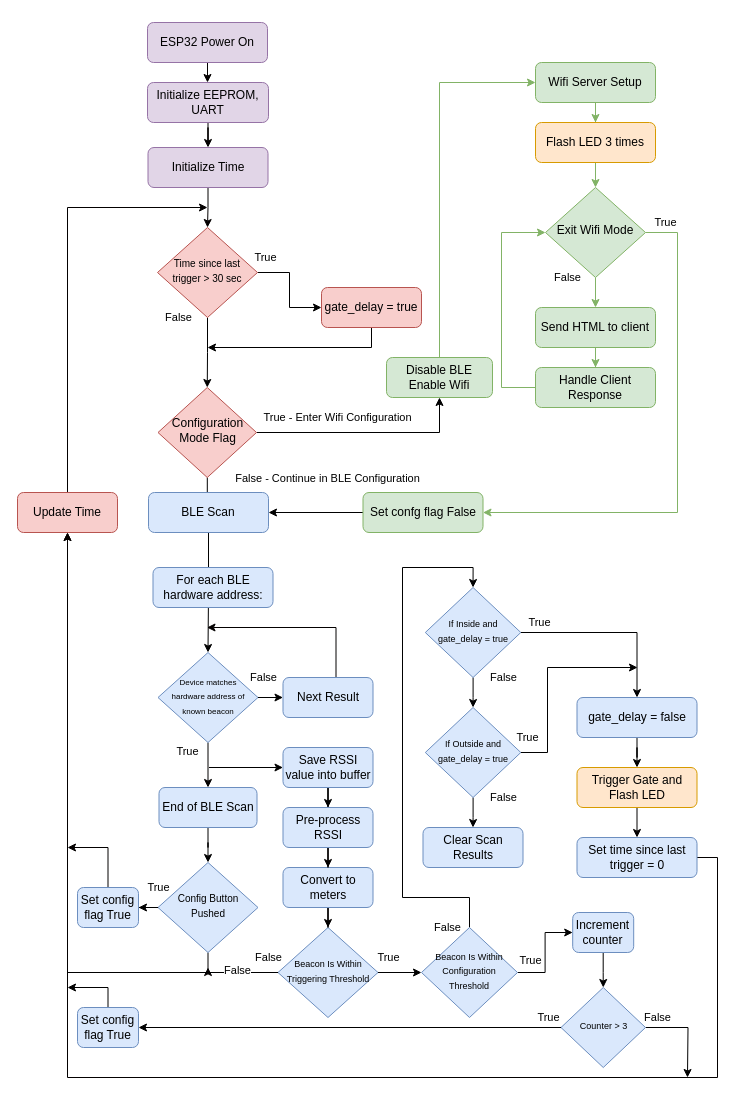
Before: flow_diagrams/Untitled Diagram.drawio in adojang/Tarentaal_X, a draw.io diagram. Source tidied: cells renumbered, new cells numbered last; positions are measured from the earlier drawing's top-left corner, leaving out a move shared by most shapes. Both pictures are drawn from the tidied source at 100%, with x=0, y=0 at pixel (17, 22).
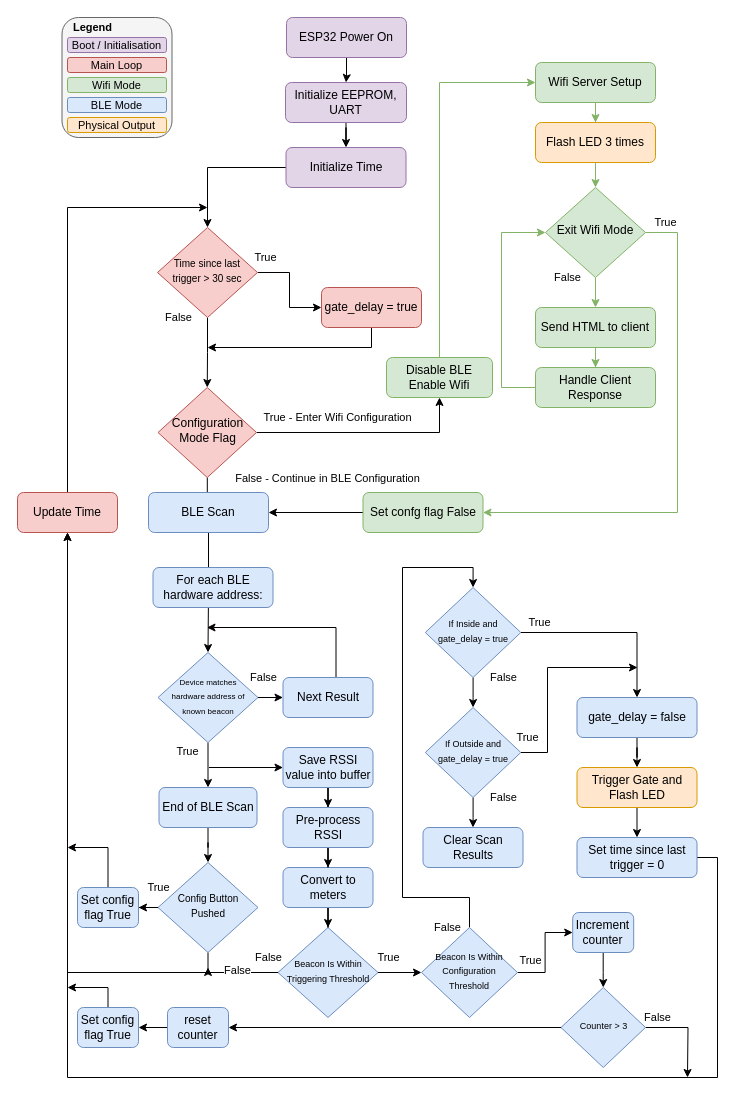
Above is the later version.

The change refers to these unchanged cells:
```xml
<mxCell id="78" value="&lt;font style=&quot;font-size: 9px&quot;&gt;Counter &amp;gt; 3&lt;/font&gt;" style="rhombus;whiteSpace=wrap;html=1;shadow=0;fontFamily=Helvetica;fontSize=12;align=center;strokeWidth=1;spacing=6;spacingTop=-4;fillColor=#dae8fc;strokeColor=#6c8ebf;" parent="1" vertex="1">
  <mxGeometry x="543.5" y="965" width="84.5" height="80" as="geometry" />
</mxCell>
<mxCell id="80" value="Set config flag True" style="rounded=1;whiteSpace=wrap;html=1;fontSize=12;glass=0;strokeWidth=1;shadow=0;fillColor=#dae8fc;strokeColor=#6c8ebf;" parent="1" vertex="1">
  <mxGeometry x="60" y="985" width="61" height="40" as="geometry" />
</mxCell>
```

The edit, as a diff of the source:
```diff
@@
+    <mxCell id="81" style="rounded=1;whiteSpace=wrap;html=1;fontSize=11;fillColor=#f5f5f5;strokeColor=#666666;fontColor=#333333;" parent="1" vertex="1">
+      <mxGeometry x="44.5" y="-5" width="110" height="120" as="geometry" />
+    </mxCell>
@@
     <mxCell id="3" value="ESP32 Power On" style="rounded=1;whiteSpace=wrap;html=1;fontSize=12;glass=0;strokeWidth=1;shadow=0;fillColor=#e1d5e7;strokeColor=#9673a6;" parent="1" vertex="1">
-      <mxGeometry x="130" width="120" height="40" as="geometry" />
+      <mxGeometry x="269" y="-5" width="120" height="40" as="geometry" />
     </mxCell>
@@
     <mxCell id="13" value="Initialize EEPROM, UART" style="rounded=1;whiteSpace=wrap;html=1;fontSize=12;glass=0;strokeWidth=1;shadow=0;fillColor=#e1d5e7;strokeColor=#9673a6;" parent="1" vertex="1">
-      <mxGeometry x="130" y="60" width="121" height="40" as="geometry" />
+      <mxGeometry x="268" y="60" width="121" height="40" as="geometry" />
     </mxCell>
@@
     <mxCell id="66" value="Initialize Time" style="rounded=1;whiteSpace=wrap;html=1;fontSize=12;glass=0;strokeWidth=1;shadow=0;fillColor=#e1d5e7;strokeColor=#9673a6;" parent="1" vertex="1">
-      <mxGeometry x="130.5" y="125" width="120" height="40" as="geometry" />
+      <mxGeometry x="268.5" y="125" width="120" height="40" as="geometry" />
     </mxCell>
@@
-    <mxCell id="76" value="True" style="edgeStyle=orthogonalEdgeStyle;rounded=0;jettySize=auto;html=1;entryX=1;entryY=0.5;entryDx=0;entryDy=0;" parent="1" edge="1" source="78" target="80">
-      <mxGeometry x="-0.94" y="-10" relative="1" as="geometry" />
-    </mxCell>
@@
+    <mxCell id="82" style="edgeStyle=orthogonalEdgeStyle;rounded=0;jettySize=auto;html=1;entryX=1;entryY=0.5;entryDx=0;entryDy=0;fontSize=11;" parent="1" edge="1" source="78" target="84">
+      <mxGeometry relative="1" as="geometry" />
+    </mxCell>
@@
+    <mxCell id="83" style="edgeStyle=orthogonalEdgeStyle;rounded=0;jettySize=auto;html=1;entryX=1;entryY=0.5;entryDx=0;entryDy=0;fontSize=11;" parent="1" edge="1" source="84" target="80">
+      <mxGeometry relative="1" as="geometry" />
+    </mxCell>
+    <mxCell id="84" value="reset counter" style="rounded=1;whiteSpace=wrap;html=1;fontSize=12;glass=0;strokeWidth=1;shadow=0;fillColor=#dae8fc;strokeColor=#6c8ebf;" parent="1" vertex="1">
+      <mxGeometry x="150" y="985" width="61" height="40" as="geometry" />
+    </mxCell>
+    <mxCell id="85" value="Legend" style="text;html=1;align=center;verticalAlign=middle;strokeColor=none;fillColor=none;fontSize=11;fontStyle=1;" parent="1" vertex="1">
+      <mxGeometry x="50" y="-5" width="50" height="20" as="geometry" />
+    </mxCell>
+    <mxCell id="86" value="Physical Output" style="rounded=1;whiteSpace=wrap;html=1;fontSize=11;fillColor=#ffe6cc;strokeColor=#d79b00;" parent="1" vertex="1">
+      <mxGeometry x="50" y="95" width="99" height="15" as="geometry" />
+    </mxCell>
+    <mxCell id="87" value="Boot / Initialisation" style="rounded=1;whiteSpace=wrap;html=1;fontSize=11;fillColor=#e1d5e7;strokeColor=#9673a6;" parent="1" vertex="1">
+      <mxGeometry x="50" y="15" width="99" height="15" as="geometry" />
+    </mxCell>
+    <mxCell id="88" value="Wifi Mode" style="rounded=1;whiteSpace=wrap;html=1;fontSize=11;fillColor=#d5e8d4;strokeColor=#82b366;" parent="1" vertex="1">
+      <mxGeometry x="50" y="55" width="99" height="15" as="geometry" />
+    </mxCell>
+    <mxCell id="89" value="BLE Mode" style="rounded=1;whiteSpace=wrap;html=1;fontSize=11;fillColor=#dae8fc;strokeColor=#6c8ebf;" parent="1" vertex="1">
+      <mxGeometry x="50" y="75" width="99" height="15" as="geometry" />
+    </mxCell>
+    <mxCell id="90" value="Main Loop" style="rounded=1;whiteSpace=wrap;html=1;fontSize=11;fillColor=#f8cecc;strokeColor=#b85450;" parent="1" vertex="1">
+      <mxGeometry x="50" y="35" width="99" height="15" as="geometry" />
+    </mxCell>
```
